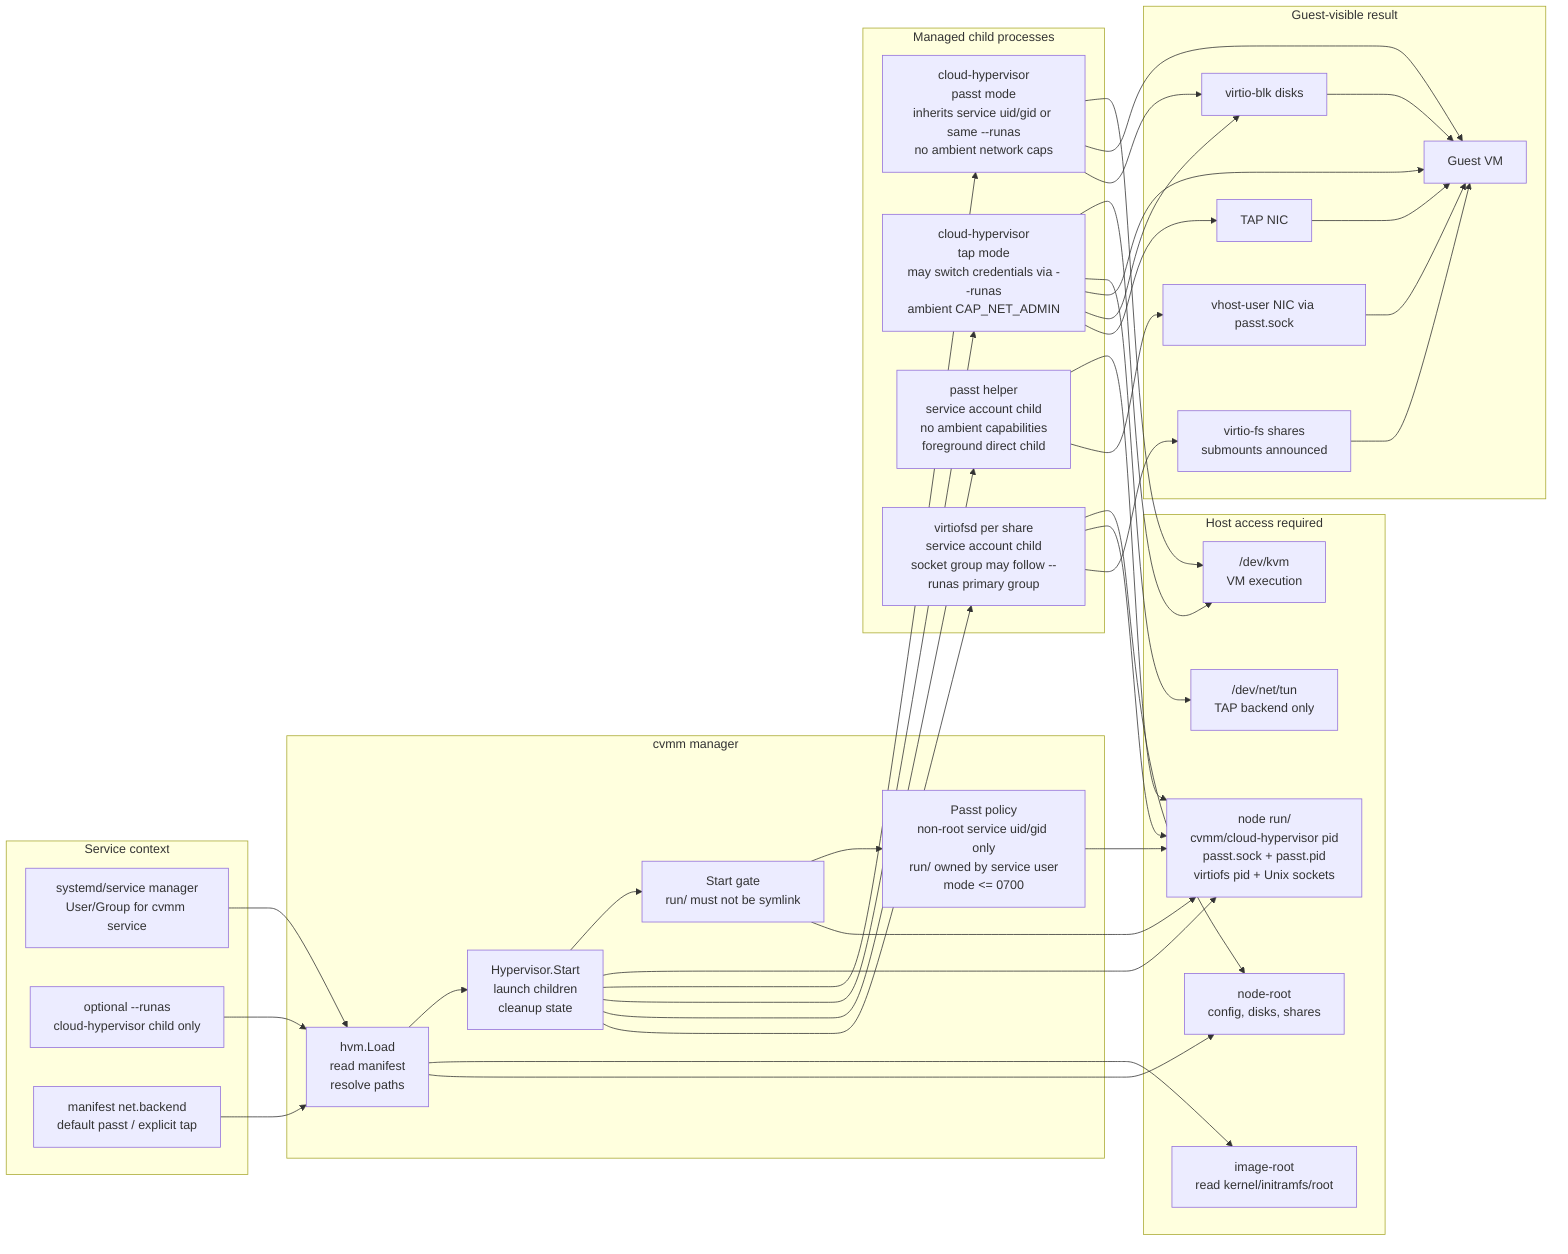
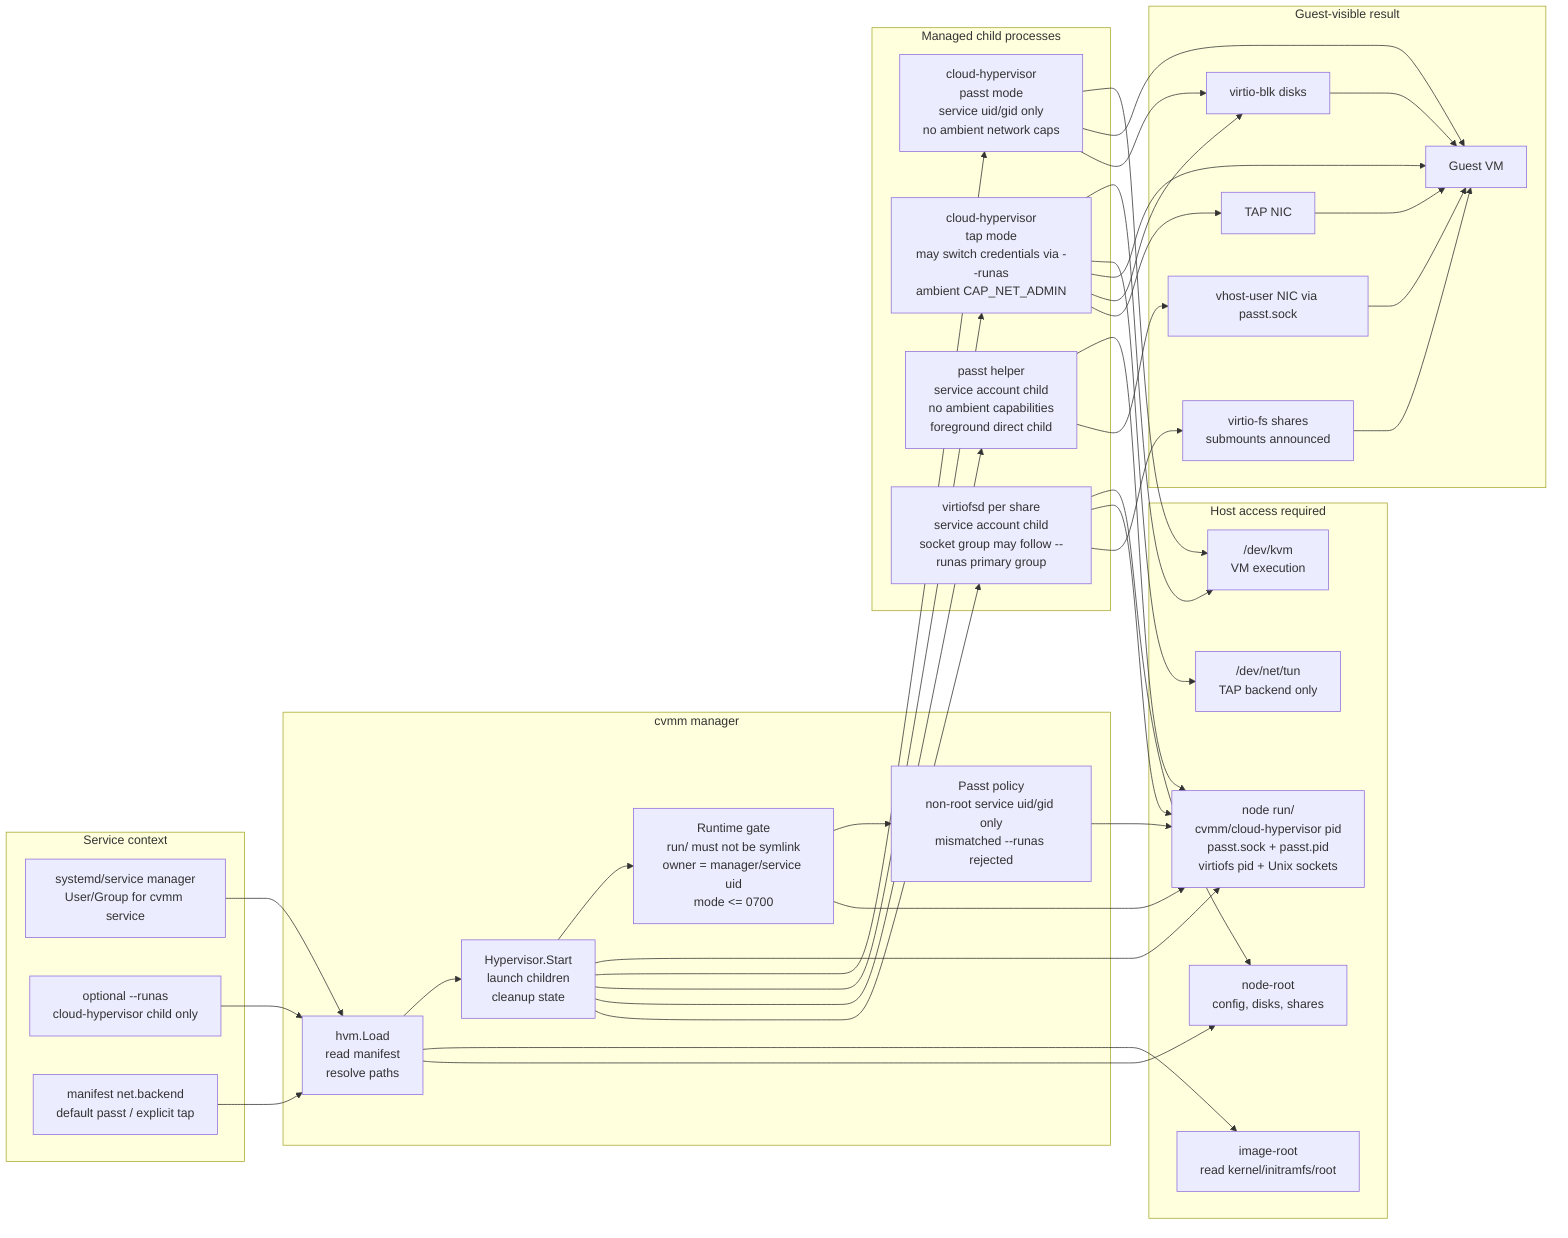
flowchart LR
    subgraph svc["Service context"]
        systemd["systemd/service manager\nUser/Group for cvmm service"]
        runas["optional --runas\ncloud-hypervisor child only"]
        backend["manifest net.backend\ndefault passt / explicit tap"]
    end

    subgraph cvmm["cvmm manager"]
        load["hvm.Load\nread manifest\nresolve paths"]
        start["Hypervisor.Start\nlaunch children\ncleanup state"]
-         runtimeGate["Start gate\nrun/ must not be symlink"]
-         policy["Passt policy\nnon-root service uid/gid only\nrun/ owned by service user\nmode <= 0700"]
+         runtimeGate["Runtime gate\nrun/ must not be symlink\nowner = manager/service uid\nmode <= 0700"]
+         policy["Passt policy\nnon-root service uid/gid only\nmismatched --runas rejected"]
    end

    subgraph host["Host access required"]
        image["image-root\nread kernel/initramfs/root"]
        node["node-root\nconfig, disks, shares"]
        run["node run/\ncvmm/cloud-hypervisor pid\npasst.sock + passt.pid\nvirtiofs pid + Unix sockets"]
        kvm["/dev/kvm\nVM execution"]
        tun["/dev/net/tun\nTAP backend only"]
    end

    subgraph children["Managed child processes"]
-         chPasst["cloud-hypervisor\npasst mode\ninherits service uid/gid or same --runas\nno ambient network caps"]
+         chPasst["cloud-hypervisor\npasst mode\nservice uid/gid only\nno ambient network caps"]
        chTap["cloud-hypervisor\ntap mode\nmay switch credentials via --runas\nambient CAP_NET_ADMIN"]
        passt["passt helper\nservice account child\nno ambient capabilities\nforeground direct child"]
        vfs["virtiofsd per share\nservice account child\nsocket group may follow --runas primary group"]
    end

    subgraph guest["Guest-visible result"]
        vm["Guest VM"]
        block["virtio-blk disks"]
        fs["virtio-fs shares\nsubmounts announced"]
        netPasst["vhost-user NIC via passt.sock"]
        netTap["TAP NIC"]
    end

    systemd --> load --> start
    runas --> load
    backend --> load
    start --> runtimeGate
    runtimeGate --> policy
    load --> image
    load --> node
    start --> run
    runtimeGate --> run
    policy --> run
    start --> chPasst
    start --> chTap
    start --> passt
    start --> vfs
    chPasst --> kvm
    chTap --> kvm
    chTap --> tun
    passt --> run
    vfs --> node
    vfs --> run
    chPasst --> vm
    chTap --> vm
    chPasst --> block
    chTap --> block
    passt --> netPasst
    chTap --> netTap
    vfs --> fs
    fs --> vm
    block --> vm
    netPasst --> vm
    netTap --> vm
